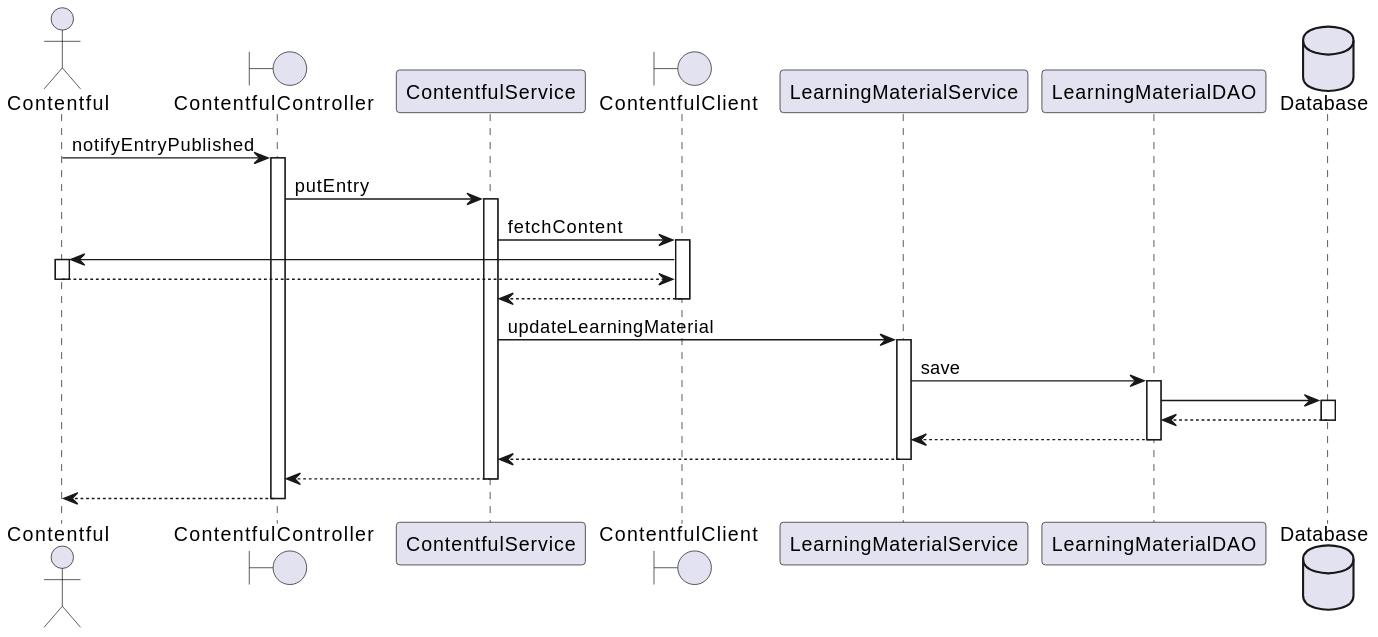
Above: diagrams/ContentfulController-notifyEntryPublished-sequence.svg in stavik31/Citizen-Centric-Human-Resource-Mangement-System (PlantUML), before the change. Its diagram source:
```plantuml
@startuml
autoactivate on

actor Contentful
boundary ContentfulController
participant ContentfulService
boundary ContentfulClient
participant LearningMaterialService
participant LearningMaterialDAO
database Database

Contentful -> ContentfulController : notifyEntryPublished
ContentfulController -> ContentfulService : putEntry
ContentfulService -> ContentfulClient : fetchContent
ContentfulClient -> Contentful
return
return
ContentfulService -> LearningMaterialService : updateLearningMaterial
LearningMaterialService -> LearningMaterialDAO : save
LearningMaterialDAO -> Database
return
return
return
return
return
@enduml
```
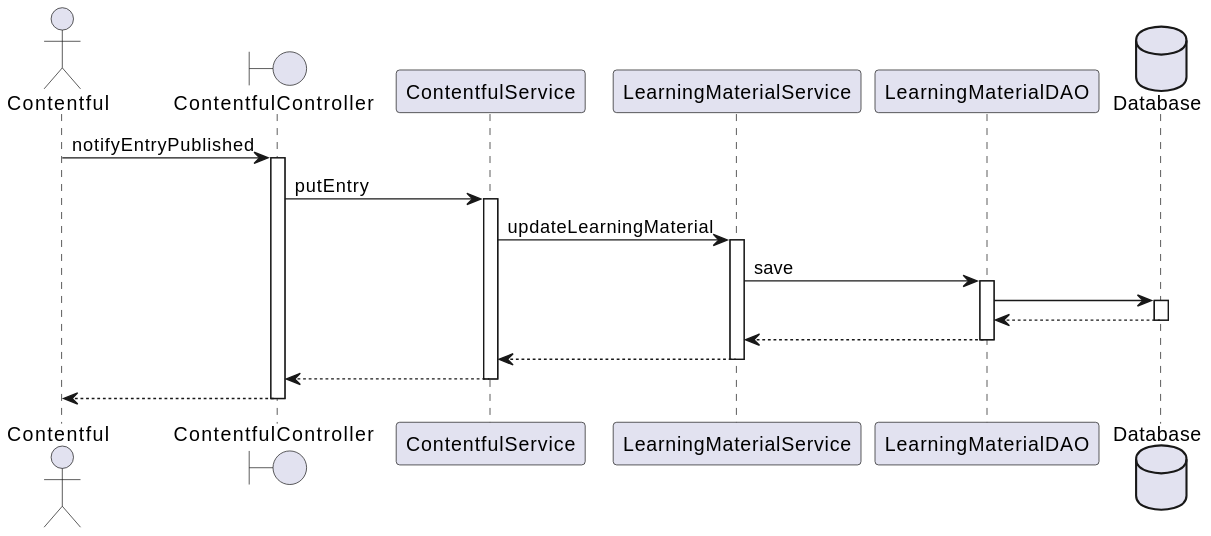
After the change.

Diff of the diagram source:
```diff
@@ -4,17 +4,12 @@
 actor Contentful
 boundary ContentfulController
 participant ContentfulService
-boundary ContentfulClient
 participant LearningMaterialService
 participant LearningMaterialDAO
 database Database
 
 Contentful -> ContentfulController : notifyEntryPublished
 ContentfulController -> ContentfulService : putEntry
-ContentfulService -> ContentfulClient : fetchContent
-ContentfulClient -> Contentful
-return
-return
 ContentfulService -> LearningMaterialService : updateLearningMaterial
 LearningMaterialService -> LearningMaterialDAO : save
 LearningMaterialDAO -> Database
```
